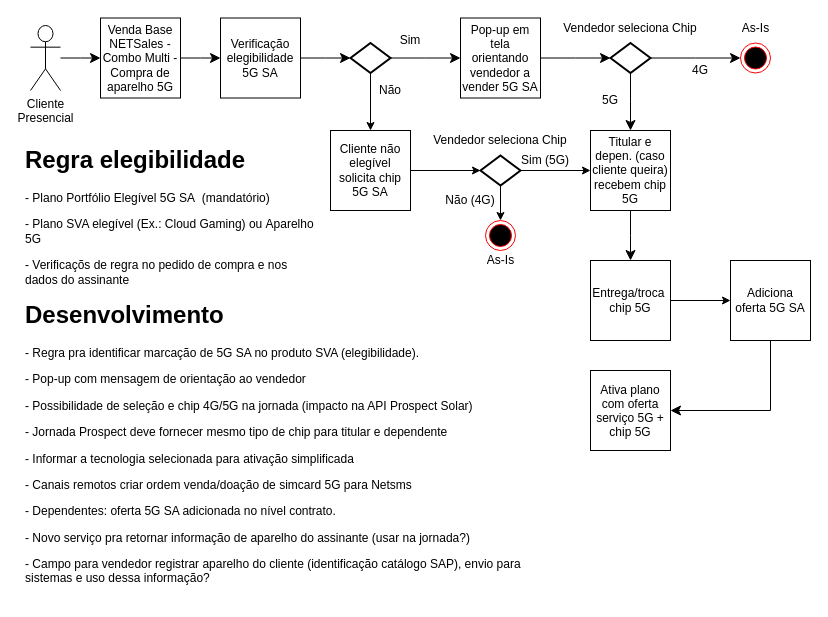
This is page "Venda Base NETSales" (2 of 2) of 5GSA.drawio from samirali/ClaroBrasil, a draw.io file, before an edit. Source tidied: cells renumbered, new cells numbered last; positions are measured from the earlier drawing's top-left corner, leaving out a move shared by most shapes. Both pictures are drawn from the tidied source at 100%, with x=0, y=0 at pixel (20, 18).
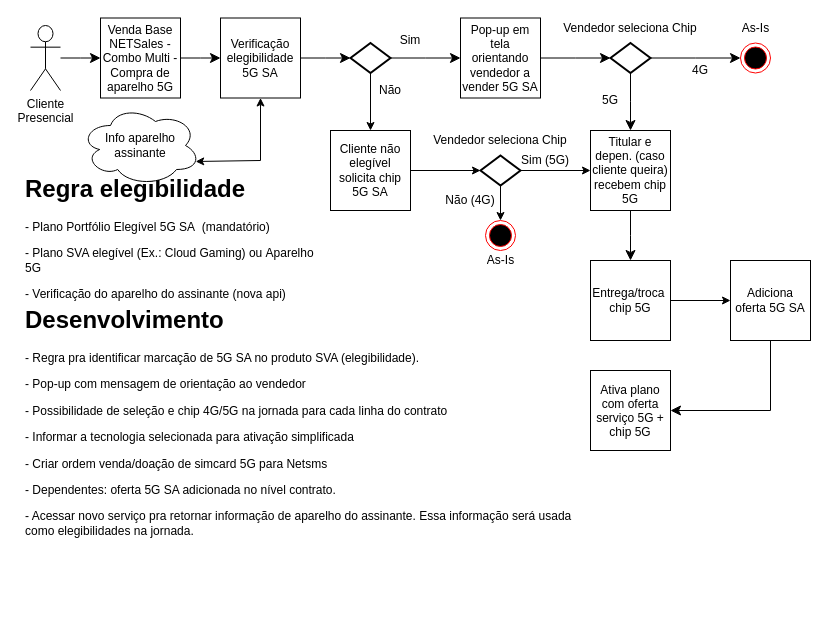
Above is the later version.

The change refers to these unchanged cells:
```xml
<mxCell id="5" value="Verificação elegibilidade 5G SA" style="whiteSpace=wrap;html=1;" parent="1" vertex="1">
  <mxGeometry x="200" y="-0.5" width="80" height="80" as="geometry" />
</mxCell>
```

The edit, as a diff of the source:
```diff
@@
-    <mxCell id="10" value="&lt;h1&gt;Regra elegibilidade&lt;/h1&gt;&lt;p&gt;- Plano Portfólio Elegível 5G SA&amp;nbsp; (mandatório)&lt;/p&gt;&lt;p&gt;- Plano SVA elegível (Ex.: Cloud Gaming) ou&amp;nbsp;&lt;span style=&quot;background-color: initial;&quot;&gt;Aparelho 5G&lt;/span&gt;&lt;/p&gt;&lt;div&gt;- Verificaçõs de regra no pedido de compra e nos dados do assinante&lt;/div&gt;" style="text;html=1;strokeColor=none;fillColor=none;spacing=5;spacingTop=-20;whiteSpace=wrap;overflow=hidden;rounded=0;" parent="1" vertex="1">
-      <mxGeometry y="122" width="300" height="150" as="geometry" />
+    <mxCell id="10" value="&lt;h1&gt;Regra elegibilidade&lt;/h1&gt;&lt;p&gt;- Plano Portfólio Elegível 5G SA&amp;nbsp; (mandatório)&lt;/p&gt;&lt;p&gt;- Plano SVA elegível (Ex.: Cloud Gaming) ou&amp;nbsp;&lt;span style=&quot;background-color: initial;&quot;&gt;Aparelho 5G&lt;/span&gt;&lt;/p&gt;&lt;div&gt;- Verificação do aparelho do assinante (nova api)&lt;/div&gt;" style="text;html=1;strokeColor=none;fillColor=none;spacing=5;spacingTop=-20;whiteSpace=wrap;overflow=hidden;rounded=0;" parent="1" vertex="1">
+      <mxGeometry y="151" width="300" height="141" as="geometry" />
     </mxCell>
@@
-    <mxCell id="38" value="&lt;h1&gt;Desenvolvimento&lt;/h1&gt;&lt;p&gt;- Regra pra identificar marcação de 5G SA no produto SVA (elegibilidade).&lt;/p&gt;&lt;p&gt;- Pop-up com mensagem de orientação ao vendedor&lt;/p&gt;&lt;p&gt;- Possibilidade de seleção e chip 4G/5G na jornada (impacto na API Prospect Solar)&lt;/p&gt;&lt;p&gt;- Jornada Prospect deve fornecer mesmo tipo de chip para titular e dependente&lt;/p&gt;&lt;p&gt;- Informar a tecnologia selecionada para ativação simplificada&lt;/p&gt;&lt;p&gt;- Canais remotos criar ordem venda/doação de simcard 5G para Netsms&lt;/p&gt;&lt;p&gt;- Dependentes: oferta 5G SA adicionada no nível contrato.&lt;/p&gt;&lt;p&gt;- Novo serviço pra retornar informação de aparelho do assinante (usar na jornada?)&lt;/p&gt;&lt;p&gt;- Campo para vendedor registrar aparelho do cliente (identificação catálogo SAP), envio para sistemas e uso dessa informação?&lt;/p&gt;&lt;p&gt;&lt;br&gt;&lt;/p&gt;&lt;div&gt;&lt;br&gt;&lt;/div&gt;" style="text;html=1;strokeColor=none;fillColor=none;spacing=5;spacingTop=-20;whiteSpace=wrap;overflow=hidden;rounded=0;" parent="1" vertex="1">
-      <mxGeometry y="277" width="550" height="305" as="geometry" />
+    <mxCell id="38" value="&lt;h1&gt;Desenvolvimento&lt;/h1&gt;&lt;p&gt;- Regra pra identificar marcação de 5G SA no produto SVA (elegibilidade).&lt;/p&gt;&lt;p&gt;- Pop-up com mensagem de orientação ao vendedor&lt;/p&gt;&lt;p&gt;- Possibilidade de seleção e chip 4G/5G na jornada para cada linha do contrato&lt;/p&gt;&lt;p&gt;&lt;span style=&quot;background-color: initial;&quot;&gt;- Informar a tecnologia selecionada para ativação simplificada&lt;/span&gt;&lt;br&gt;&lt;/p&gt;&lt;p&gt;- Criar ordem venda/doação de simcard 5G para Netsms&lt;/p&gt;&lt;p&gt;- Dependentes: oferta 5G SA adicionada no nível contrato.&lt;/p&gt;&lt;p&gt;- Acessar novo serviço pra retornar informação de aparelho do assinante. Essa informação será usada como elegibilidades na jornada.&lt;/p&gt;&lt;p&gt;&lt;br&gt;&lt;/p&gt;&lt;div&gt;&lt;br&gt;&lt;/div&gt;" style="text;html=1;strokeColor=none;fillColor=none;spacing=5;spacingTop=-20;whiteSpace=wrap;overflow=hidden;rounded=0;" parent="1" vertex="1">
+      <mxGeometry y="282" width="560" height="265" as="geometry" />
     </mxCell>
@@
+    <mxCell id="42" value="Info aparelho assinante" style="ellipse;shape=cloud;whiteSpace=wrap;html=1;" parent="1" vertex="1">
+      <mxGeometry x="60" y="87" width="120" height="80" as="geometry" />
+    </mxCell>
+    <mxCell id="43" style="endArrow=classic;startArrow=classic;html=1;rounded=0;entryX=0.5;entryY=1;entryDx=0;entryDy=0;exitX=0.96;exitY=0.7;exitDx=0;exitDy=0;exitPerimeter=0;" parent="1" edge="1" source="42" target="5">
+      <mxGeometry relative="1" as="geometry">
+        <Array as="points">
+          <mxPoint x="240" y="142" />
+        </Array>
+      </mxGeometry>
+    </mxCell>
```
